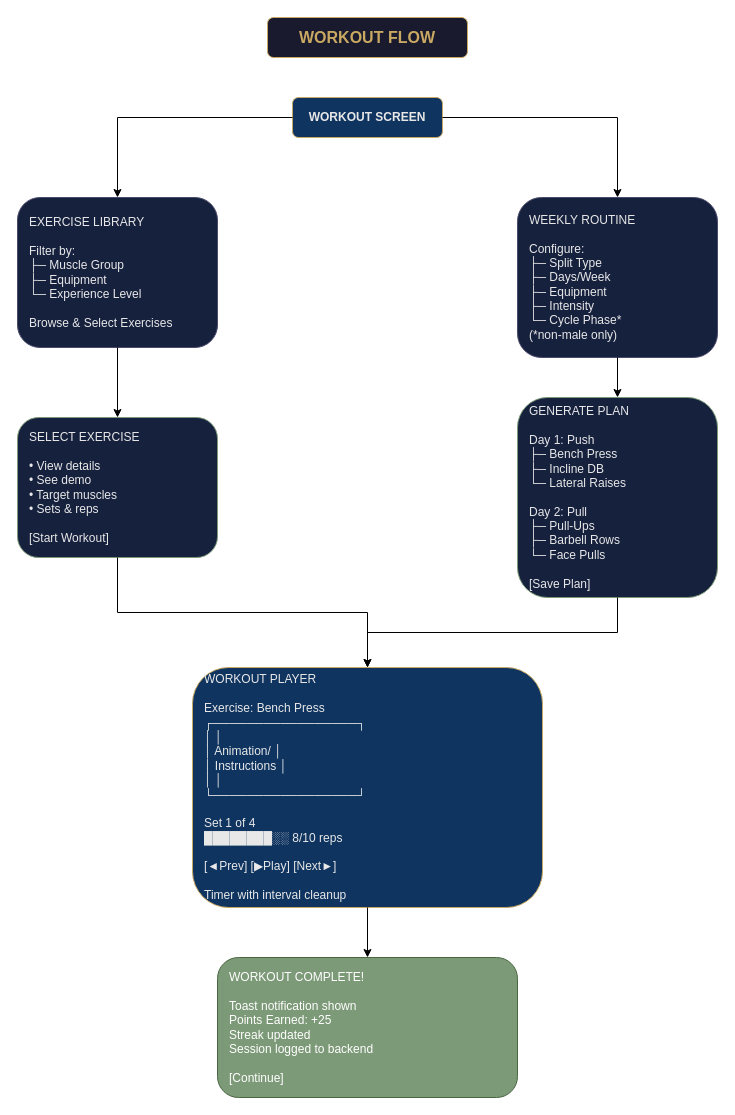
Karlos-Karlos/Fix-it keeps this draw.io diagram as page "Workout Flow" (4 of 8) of FrontEnd.drawio. Above is the earlier version. Source tidied: cells renumbered, new cells numbered last; positions are measured from the earlier drawing's top-left corner, leaving out a move shared by most shapes. Both pictures are drawn from the tidied source at 100%, with x=0, y=0 at pixel (17, 17).
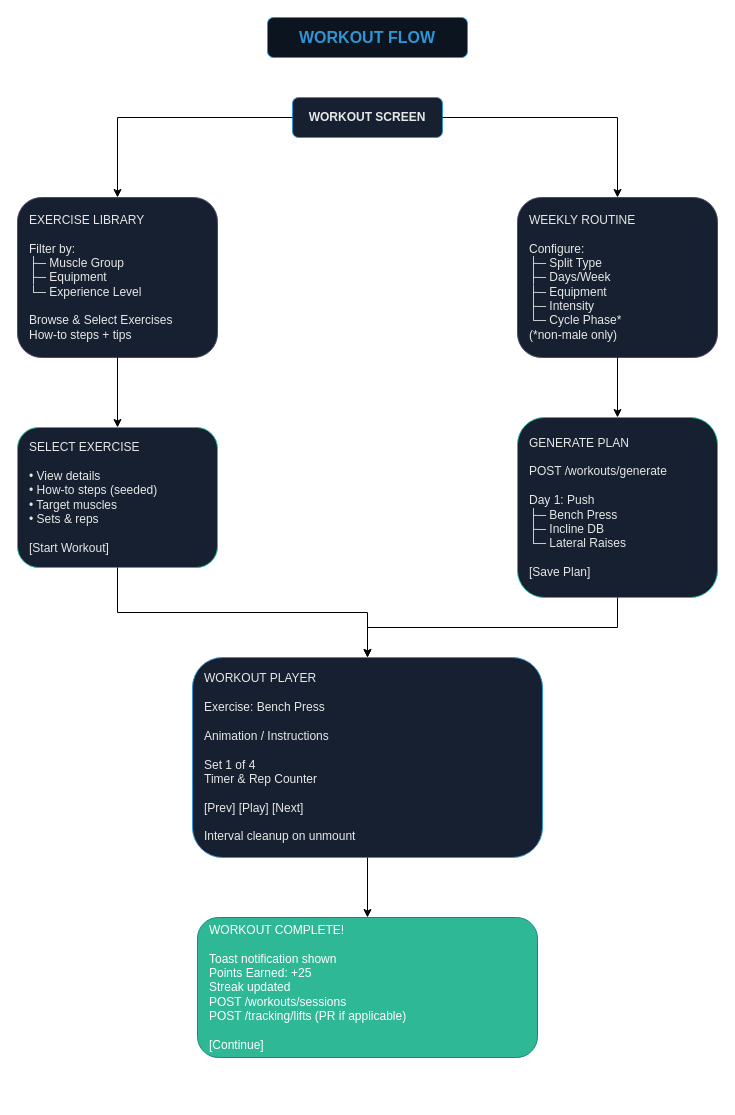
After the change.

Change to the diagram source:
```diff
@@
 <mxGraphModel>
   <root>
     <mxCell id="0" />
     <mxCell id="1" parent="0" />
-    <mxCell id="2" value="WORKOUT FLOW" style="rounded=1;whiteSpace=wrap;html=1;fontSize=16;fontStyle=1;fillColor=#1a1a2e;strokeColor=#c9a962;fontColor=#c9a962;" parent="1" vertex="1">
+    <mxCell id="2" value="WORKOUT FLOW" style="rounded=1;whiteSpace=wrap;html=1;fontSize=16;fontStyle=1;fillColor=#0C1420;strokeColor=#2E96D4;fontColor=#2E96D4;" parent="1" vertex="1">
       <mxGeometry x="250" width="200" height="40" as="geometry" />
     </mxCell>
-    <mxCell id="3" value="WORKOUT SCREEN" style="rounded=1;whiteSpace=wrap;html=1;fillColor=#0f3460;strokeColor=#c9a962;fontColor=#e8e8e8;fontStyle=1;" parent="1" vertex="1">
+    <mxCell id="3" value="WORKOUT SCREEN" style="rounded=1;whiteSpace=wrap;html=1;fillColor=#162030;strokeColor=#2E96D4;fontColor=#e8e8e8;fontStyle=1;" parent="1" vertex="1">
       <mxGeometry x="275" y="80" width="150" height="40" as="geometry" />
     </mxCell>
-    <mxCell id="4" value="EXERCISE LIBRARY&#10;&#10;Filter by:&#10;├─ Muscle Group&#10;├─ Equipment&#10;└─ Experience Level&#10;&#10;Browse &amp; Select Exercises" style="rounded=1;whiteSpace=wrap;html=1;fillColor=#16213e;strokeColor=#4a4a6a;fontColor=#e8e8e8;align=left;spacingLeft=10;" parent="1" vertex="1">
-      <mxGeometry y="180" width="200" height="150" as="geometry" />
+    <mxCell id="4" value="EXERCISE LIBRARY&#10;&#10;Filter by:&#10;├─ Muscle Group&#10;├─ Equipment&#10;└─ Experience Level&#10;&#10;Browse &amp; Select Exercises&#10;How-to steps + tips" style="rounded=1;whiteSpace=wrap;html=1;fillColor=#162030;strokeColor=#4a4a6a;fontColor=#e8e8e8;align=left;spacingLeft=10;" parent="1" vertex="1">
+      <mxGeometry y="180" width="200" height="160" as="geometry" />
     </mxCell>
-    <mxCell id="5" value="WEEKLY ROUTINE&#10;&#10;Configure:&#10;├─ Split Type&#10;├─ Days/Week&#10;├─ Equipment&#10;├─ Intensity&#10;└─ Cycle Phase*&#10;   (*non-male only)" style="rounded=1;whiteSpace=wrap;html=1;fillColor=#16213e;strokeColor=#4a4a6a;fontColor=#e8e8e8;align=left;spacingLeft=10;" parent="1" vertex="1">
+    <mxCell id="5" value="WEEKLY ROUTINE&#10;&#10;Configure:&#10;├─ Split Type&#10;├─ Days/Week&#10;├─ Equipment&#10;├─ Intensity&#10;└─ Cycle Phase*&#10;   (*non-male only)" style="rounded=1;whiteSpace=wrap;html=1;fillColor=#162030;strokeColor=#4a4a6a;fontColor=#e8e8e8;align=left;spacingLeft=10;" parent="1" vertex="1">
       <mxGeometry x="500" y="180" width="200" height="160" as="geometry" />
     </mxCell>
     <mxCell id="6" style="edgeStyle=orthogonalEdgeStyle;rounded=0;jettySize=auto;html=1;" parent="1" edge="1" source="3" target="4">
       <mxGeometry relative="1" as="geometry" />
     </mxCell>
     <mxCell id="7" style="edgeStyle=orthogonalEdgeStyle;rounded=0;jettySize=auto;html=1;" parent="1" edge="1" source="3" target="5">
       <mxGeometry relative="1" as="geometry" />
     </mxCell>
-    <mxCell id="8" value="SELECT EXERCISE&#10;&#10;• View details&#10;• See demo&#10;• Target muscles&#10;• Sets &amp; reps&#10;&#10;[Start Workout]" style="rounded=1;whiteSpace=wrap;html=1;fillColor=#16213e;strokeColor=#7d9a78;fontColor=#e8e8e8;align=left;spacingLeft=10;" parent="1" vertex="1">
-      <mxGeometry y="400" width="200" height="140" as="geometry" />
+    <mxCell id="8" value="SELECT EXERCISE&#10;&#10;• View details&#10;• How-to steps (seeded)&#10;• Target muscles&#10;• Sets &amp; reps&#10;&#10;[Start Workout]" style="rounded=1;whiteSpace=wrap;html=1;fillColor=#162030;strokeColor=#2EB896;fontColor=#e8e8e8;align=left;spacingLeft=10;" parent="1" vertex="1">
+      <mxGeometry y="410" width="200" height="140" as="geometry" />
     </mxCell>
-    <mxCell id="9" value="GENERATE PLAN&#10;&#10;Day 1: Push&#10;├─ Bench Press&#10;├─ Incline DB&#10;└─ Lateral Raises&#10;&#10;Day 2: Pull&#10;├─ Pull-Ups&#10;├─ Barbell Rows&#10;└─ Face Pulls&#10;&#10;[Save Plan]" style="rounded=1;whiteSpace=wrap;html=1;fillColor=#16213e;strokeColor=#7d9a78;fontColor=#e8e8e8;align=left;spacingLeft=10;" parent="1" vertex="1">
-      <mxGeometry x="500" y="380" width="200" height="200" as="geometry" />
+    <mxCell id="9" value="GENERATE PLAN&#10;&#10;POST /workouts/generate&#10;&#10;Day 1: Push&#10;├─ Bench Press&#10;├─ Incline DB&#10;└─ Lateral Raises&#10;&#10;[Save Plan]" style="rounded=1;whiteSpace=wrap;html=1;fillColor=#162030;strokeColor=#2EB896;fontColor=#e8e8e8;align=left;spacingLeft=10;" parent="1" vertex="1">
+      <mxGeometry x="500" y="400" width="200" height="180" as="geometry" />
     </mxCell>
     <mxCell id="10" style="edgeStyle=orthogonalEdgeStyle;rounded=0;jettySize=auto;html=1;" parent="1" edge="1" source="4" target="8">
       <mxGeometry relative="1" as="geometry" />
     </mxCell>
     <mxCell id="11" style="edgeStyle=orthogonalEdgeStyle;rounded=0;jettySize=auto;html=1;" parent="1" edge="1" source="5" target="9">
       <mxGeometry relative="1" as="geometry" />
     </mxCell>
-    <mxCell id="12" value="WORKOUT PLAYER&#10;&#10;Exercise: Bench Press&#10;┌─────────────────┐&#10;│                 │&#10;│   Animation/    │&#10;│   Instructions  │&#10;│                 │&#10;└─────────────────┘&#10;&#10;Set 1 of 4&#10;████████░░ 8/10 reps&#10;&#10;[◄Prev] [▶Play] [Next►]&#10;&#10;Timer with interval cleanup" style="rounded=1;whiteSpace=wrap;html=1;fillColor=#0f3460;strokeColor=#c9a962;fontColor=#e8e8e8;align=left;spacingLeft=10;" parent="1" vertex="1">
-      <mxGeometry x="175" y="650" width="350" height="240" as="geometry" />
+    <mxCell id="12" value="WORKOUT PLAYER&#10;&#10;Exercise: Bench Press&#10;&#10;Animation / Instructions&#10;&#10;Set 1 of 4&#10;Timer &amp; Rep Counter&#10;&#10;[Prev] [Play] [Next]&#10;&#10;Interval cleanup on unmount" style="rounded=1;whiteSpace=wrap;html=1;fillColor=#162030;strokeColor=#2E96D4;fontColor=#e8e8e8;align=left;spacingLeft=10;" parent="1" vertex="1">
+      <mxGeometry x="175" y="640" width="350" height="200" as="geometry" />
     </mxCell>
     <mxCell id="13" style="edgeStyle=orthogonalEdgeStyle;rounded=0;jettySize=auto;html=1;" parent="1" edge="1" source="8" target="12">
       <mxGeometry relative="1" as="geometry" />
     </mxCell>
     <mxCell id="14" style="edgeStyle=orthogonalEdgeStyle;rounded=0;jettySize=auto;html=1;" parent="1" edge="1" source="9" target="12">
       <mxGeometry relative="1" as="geometry" />
     </mxCell>
-    <mxCell id="15" value="WORKOUT COMPLETE!&#10;&#10;Toast notification shown&#10;Points Earned: +25&#10;Streak updated&#10;Session logged to backend&#10;&#10;[Continue]" style="rounded=1;whiteSpace=wrap;html=1;fillColor=#7d9a78;strokeColor=#4a6741;fontColor=#ffffff;align=left;spacingLeft=10;" parent="1" vertex="1">
-      <mxGeometry x="200" y="940" width="300" height="140" as="geometry" />
+    <mxCell id="15" value="WORKOUT COMPLETE!&#10;&#10;Toast notification shown&#10;Points Earned: +25&#10;Streak updated&#10;POST /workouts/sessions&#10;POST /tracking/lifts (PR if applicable)&#10;&#10;[Continue]" style="rounded=1;whiteSpace=wrap;html=1;fillColor=#2EB896;strokeColor=#1a8870;fontColor=#ffffff;align=left;spacingLeft=10;" parent="1" vertex="1">
+      <mxGeometry x="180" y="900" width="340" height="140" as="geometry" />
     </mxCell>
     <mxCell id="16" style="edgeStyle=orthogonalEdgeStyle;rounded=0;jettySize=auto;html=1;" parent="1" edge="1" source="12" target="15">
       <mxGeometry relative="1" as="geometry" />
     </mxCell>
   </root>
 </mxGraphModel>
```
